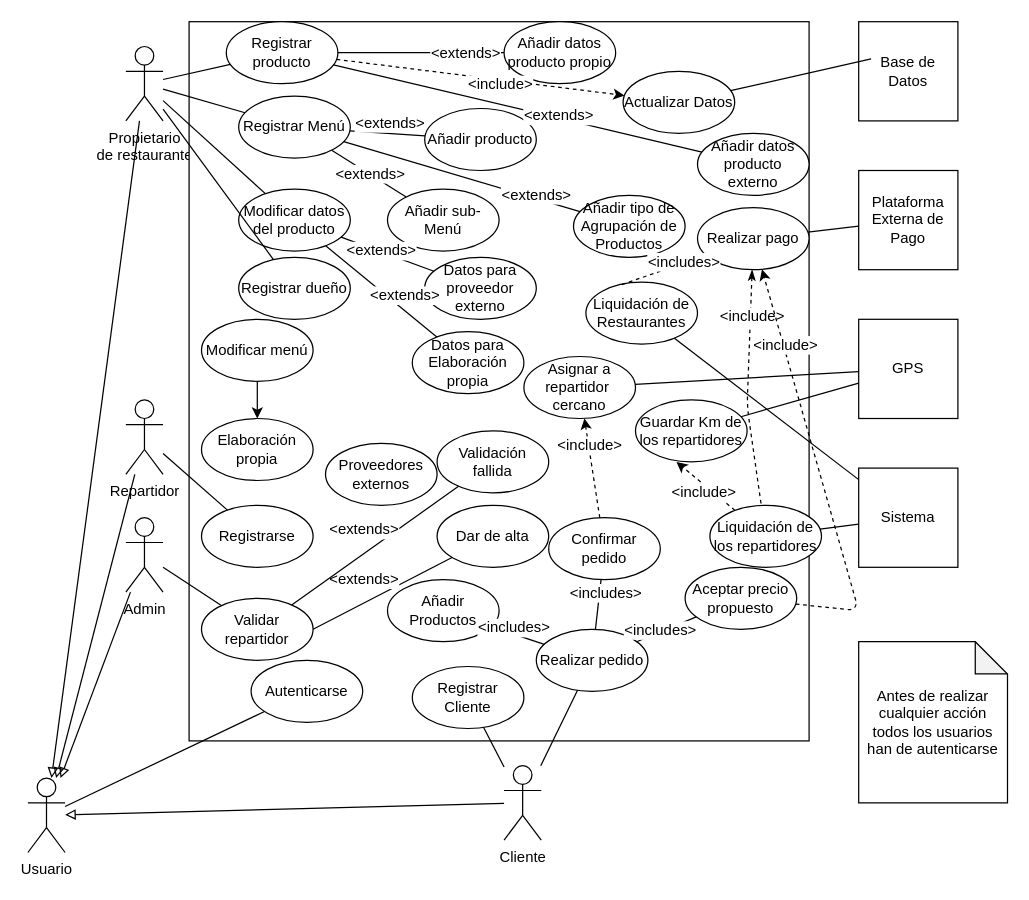
Before: Trial.drawio in MaiaOwO/Workspace, a draw.io diagram. Source tidied: cells renumbered, new cells numbered last; positions are measured from the earlier drawing's top-left corner, leaving out a move shared by most shapes. Both pictures are drawn from the tidied source at 124%, with x=0, y=0 at pixel (27, 21).
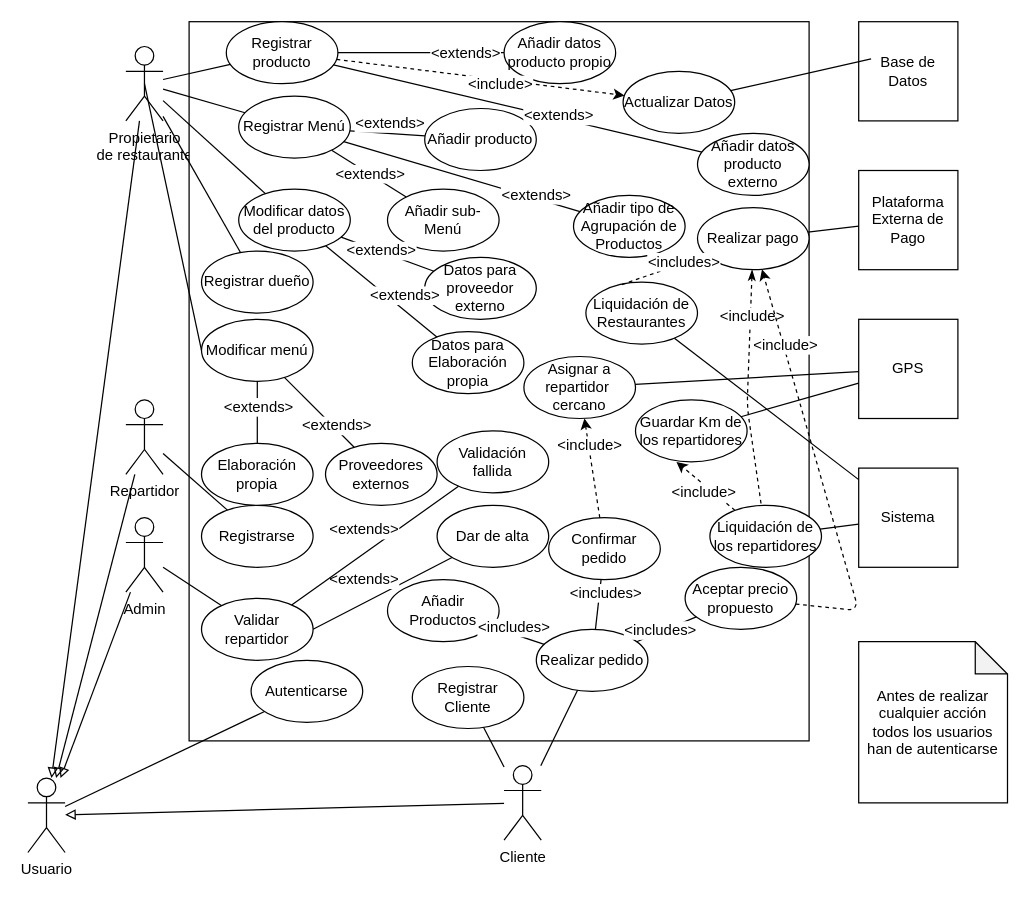
Above is the later version.

The change refers to these unchanged cells:
```xml
<mxCell id="2" value="Propietario &lt;br&gt;de restaurante" style="shape=umlActor;verticalLabelPosition=bottom;labelBackgroundColor=#ffffff;verticalAlign=top;html=1;outlineConnect=0;" parent="1" vertex="1">
  <mxGeometry x="79" y="20" width="30" height="60" as="geometry" />
</mxCell>
<mxCell id="95" value="Proveedores externos" style="ellipse;whiteSpace=wrap;html=1;" parent="1" vertex="1">
  <mxGeometry x="240" y="340" width="90" height="50" as="geometry" />
</mxCell>
<mxCell id="96" value="Modificar menú" style="ellipse;whiteSpace=wrap;html=1;" parent="1" vertex="1">
  <mxGeometry x="140" y="240" width="90" height="50" as="geometry" />
</mxCell>
```

The edit, as a diff of the source:
```diff
@@
     <mxCell id="91" value="Registrar dueño" style="ellipse;whiteSpace=wrap;html=1;" parent="1" vertex="1">
-      <mxGeometry x="170" y="190" width="90" height="50" as="geometry" />
+      <mxGeometry x="140" y="185" width="90" height="50" as="geometry" />
     </mxCell>
@@
     <mxCell id="97" value="Elaboración propia" style="ellipse;whiteSpace=wrap;html=1;" parent="1" vertex="1">
-      <mxGeometry x="140" y="320" width="90" height="50" as="geometry" />
+      <mxGeometry x="140" y="340" width="90" height="50" as="geometry" />
     </mxCell>
-    <mxCell id="98" style="endArrow=classic;html=1;" parent="1" edge="1" source="96" target="97">
-      <mxGeometry relative="1" as="geometry" />
+    <mxCell id="98" style="endArrow=none;html=1;endFill=0;" parent="1" edge="1" source="96" target="97">
+      <mxGeometry relative="1" as="geometry">
+        <Array as="points">
+          <mxPoint x="185" y="310" />
+        </Array>
+      </mxGeometry>
     </mxCell>
+    <mxCell id="99" value="&amp;lt;extends&amp;gt;" style="text;html=1;align=center;verticalAlign=middle;labelBackgroundColor=#ffffff;" parent="98" vertex="1">
+      <mxGeometry x="0.63" relative="1" as="geometry">
+        <mxPoint y="-20.7" as="offset" />
+      </mxGeometry>
+    </mxCell>
+    <mxCell id="100" style="endArrow=none;html=1;endFill=0;" parent="1" edge="1" source="96" target="95">
+      <mxGeometry relative="1" as="geometry" />
+    </mxCell>
+    <mxCell id="101" value="&amp;lt;extends&amp;gt;" style="text;html=1;align=center;verticalAlign=middle;labelBackgroundColor=#ffffff;" parent="100" vertex="1">
+      <mxGeometry x="0.41" y="1" relative="1" as="geometry">
+        <mxPoint x="1" as="offset" />
+      </mxGeometry>
+    </mxCell>
+    <mxCell id="102" style="endArrow=none;html=1;exitX=0.5;exitY=0.5;exitDx=0;exitDy=0;exitPerimeter=0;entryX=0;entryY=0.5;entryDx=0;entryDy=0;endFill=0;" parent="1" edge="1" source="2" target="96">
+      <mxGeometry relative="1" as="geometry" />
+    </mxCell>
```
